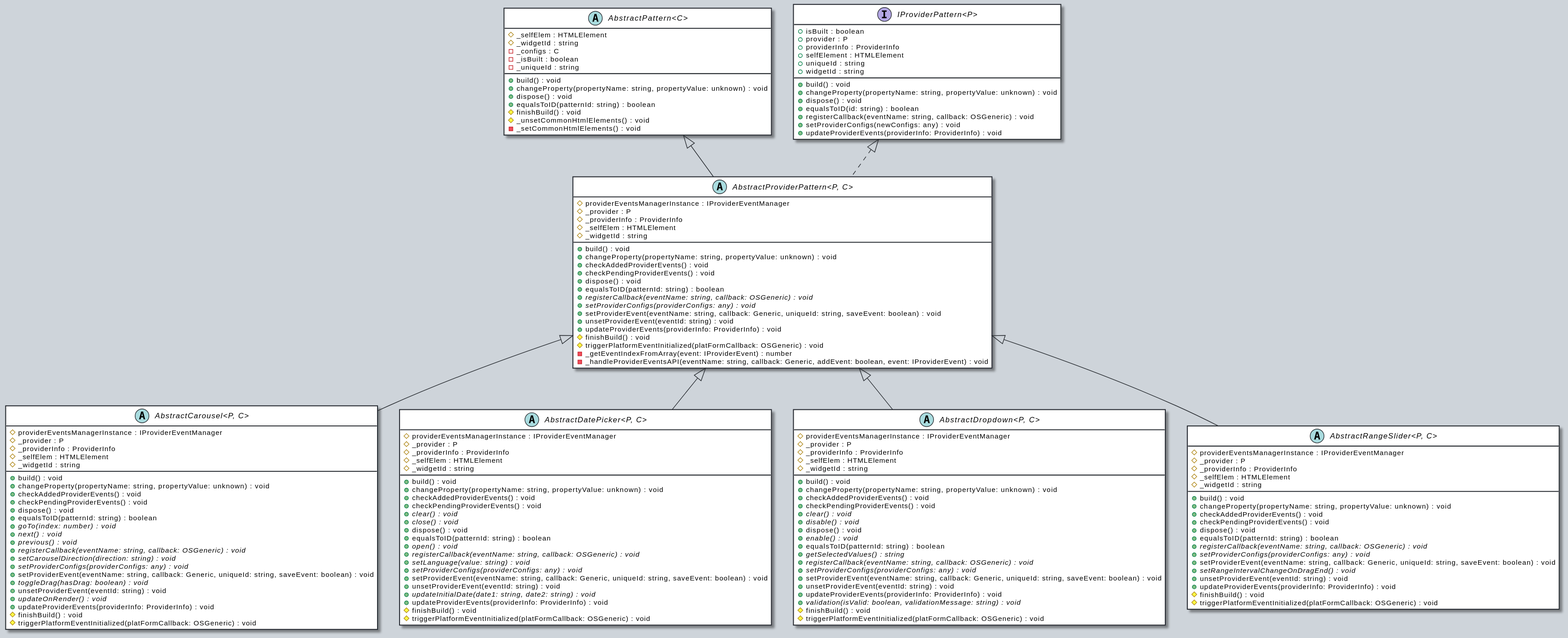
Above: docs/assets/AbstractProviderPattern-umlClassDiagram-1595.svg in OutSystems/outsystems-ui (PlantUML), before the change.
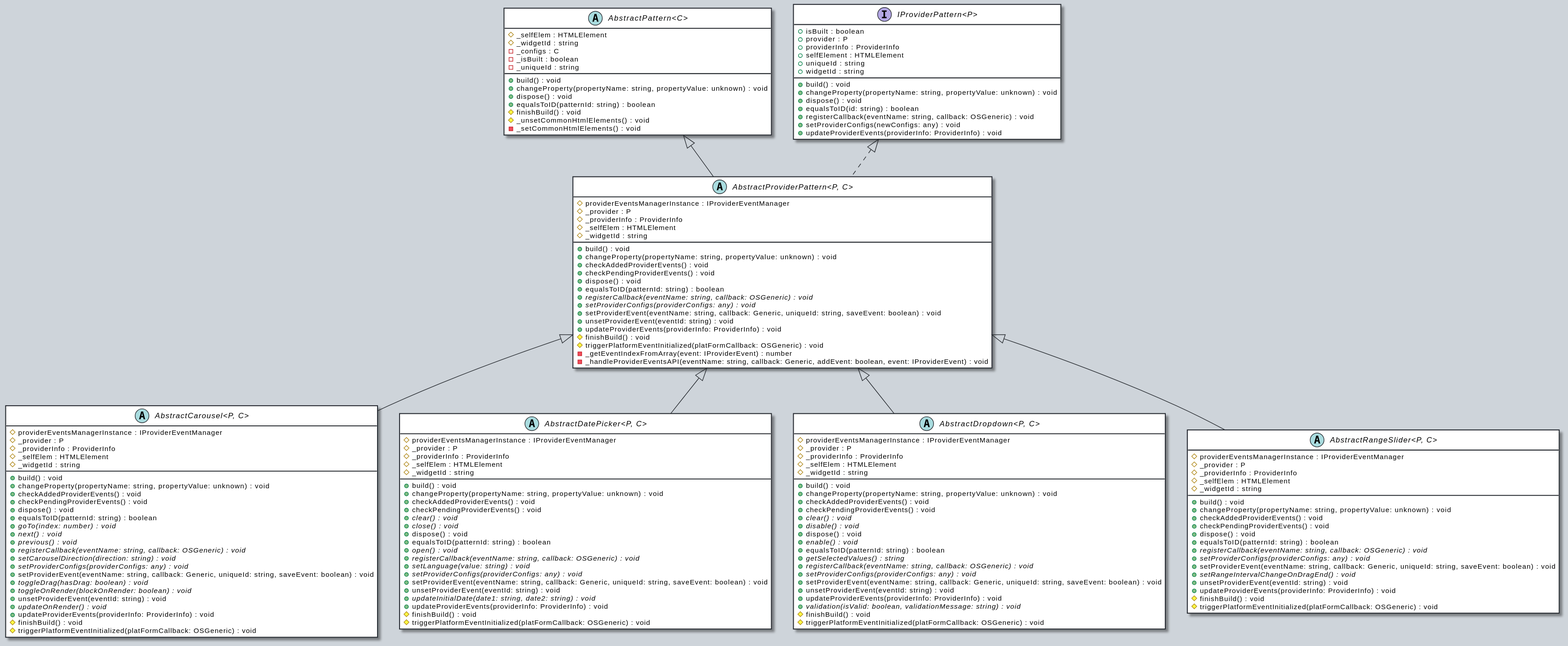
Later version of the same file.

What changed in the source:
```diff
@@ -78,6 +78,7 @@
     {abstract} +setProviderConfigs(providerConfigs: any) : void
     +setProviderEvent(eventName: string, callback: Generic, uniqueId: string, saveEvent: boolean) : void
     {abstract} +toggleDrag(hasDrag: boolean) : void
+    {abstract} +toggleOnRender(blockOnRender: boolean) : void
     +unsetProviderEvent(eventId: string) : void
     {abstract} +updateOnRender() : void
     +updateProviderEvents(providerInfo: ProviderInfo) : void
```
